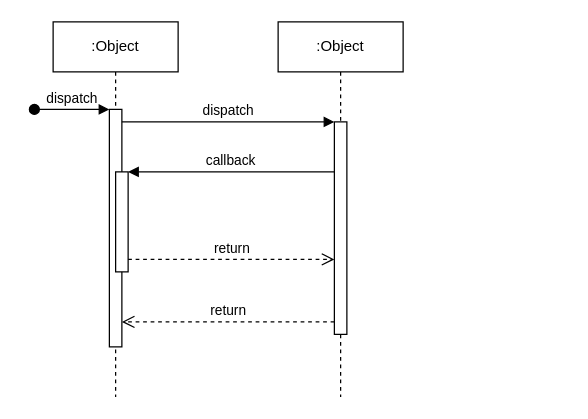
The draw.io diagram Biểu đồ không có tiêu đề.drawio in embiequynh/QuanLyDoanhThuBanHang, before the edit. Source tidied: cells renumbered, new cells numbered last; positions are measured from the earlier drawing's top-left corner, leaving out a move shared by most shapes. Both pictures are drawn from the tidied source at 125%, with x=0, y=0 at pixel (34, 21).
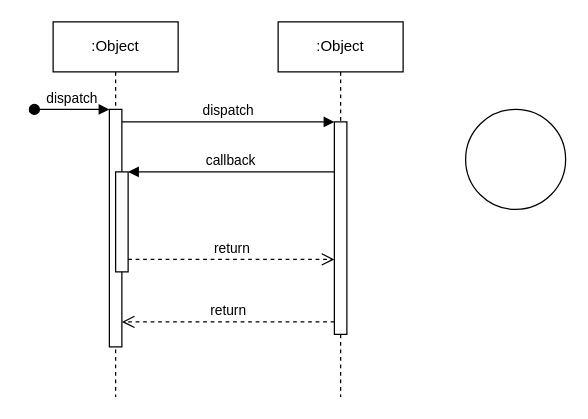
The same diagram, later.

Change to the diagram source:
```diff
@@
 <mxGraphModel>
   <root>
     <mxCell id="0" />
     <mxCell id="1" parent="0" />
     <mxCell id="2" value=":Object" style="shape=umlLifeline;perimeter=lifelinePerimeter;whiteSpace=wrap;html=1;newEdgeStyle={&quot;edgeStyle&quot;:&quot;elbowEdgeStyle&quot;,&quot;elbow&quot;:&quot;vertical&quot;,&quot;curved&quot;:0,&quot;rounded&quot;:0};" parent="1" vertex="1">
       <mxGeometry x="15" width="100" height="300" as="geometry" />
     </mxCell>
     <mxCell id="3" style="html=1;points=[];perimeter=orthogonalPerimeter;outlineConnect=0;targetShapes=umlLifeline;portConstraint=eastwest;newEdgeStyle={&quot;edgeStyle&quot;:&quot;elbowEdgeStyle&quot;,&quot;elbow&quot;:&quot;vertical&quot;,&quot;curved&quot;:0,&quot;rounded&quot;:0};" parent="2" vertex="1">
       <mxGeometry x="45" y="70" width="10" height="190" as="geometry" />
     </mxCell>
     <mxCell id="4" value="dispatch" style="html=1;verticalAlign=bottom;startArrow=oval;endArrow=block;startSize=8;edgeStyle=elbowEdgeStyle;elbow=vertical;curved=0;rounded=0;" parent="2" edge="1" target="3">
       <mxGeometry relative="1" as="geometry">
         <mxPoint x="-15" y="70" as="sourcePoint" />
       </mxGeometry>
     </mxCell>
     <mxCell id="5" style="html=1;points=[];perimeter=orthogonalPerimeter;outlineConnect=0;targetShapes=umlLifeline;portConstraint=eastwest;newEdgeStyle={&quot;edgeStyle&quot;:&quot;elbowEdgeStyle&quot;,&quot;elbow&quot;:&quot;vertical&quot;,&quot;curved&quot;:0,&quot;rounded&quot;:0};" parent="2" vertex="1">
       <mxGeometry x="50" y="120" width="10" height="80" as="geometry" />
     </mxCell>
     <mxCell id="6" value=":Object" style="shape=umlLifeline;perimeter=lifelinePerimeter;whiteSpace=wrap;html=1;newEdgeStyle={&quot;edgeStyle&quot;:&quot;elbowEdgeStyle&quot;,&quot;elbow&quot;:&quot;vertical&quot;,&quot;curved&quot;:0,&quot;rounded&quot;:0};" parent="1" vertex="1">
       <mxGeometry x="195" width="100" height="300" as="geometry" />
     </mxCell>
     <mxCell id="7" style="html=1;points=[];perimeter=orthogonalPerimeter;outlineConnect=0;targetShapes=umlLifeline;portConstraint=eastwest;newEdgeStyle={&quot;edgeStyle&quot;:&quot;elbowEdgeStyle&quot;,&quot;elbow&quot;:&quot;vertical&quot;,&quot;curved&quot;:0,&quot;rounded&quot;:0};" parent="6" vertex="1">
       <mxGeometry x="45" y="80" width="10" height="170" as="geometry" />
     </mxCell>
     <mxCell id="8" value="dispatch" style="html=1;verticalAlign=bottom;endArrow=block;edgeStyle=elbowEdgeStyle;elbow=vertical;curved=0;rounded=0;" parent="1" edge="1" source="3" target="7">
       <mxGeometry relative="1" as="geometry">
         <Array as="points">
           <mxPoint x="155" y="80" />
         </Array>
       </mxGeometry>
     </mxCell>
     <mxCell id="9" value="return" style="html=1;verticalAlign=bottom;endArrow=open;dashed=1;endSize=8;edgeStyle=elbowEdgeStyle;elbow=vertical;curved=0;rounded=0;" parent="1" edge="1" source="7" target="3">
       <mxGeometry relative="1" as="geometry">
         <Array as="points">
           <mxPoint x="165" y="240" />
         </Array>
       </mxGeometry>
     </mxCell>
     <mxCell id="10" value="callback" style="html=1;verticalAlign=bottom;endArrow=block;edgeStyle=elbowEdgeStyle;elbow=vertical;curved=0;rounded=0;" parent="1" edge="1" source="7" target="5">
       <mxGeometry relative="1" as="geometry">
         <Array as="points">
           <mxPoint x="165" y="120" />
         </Array>
       </mxGeometry>
     </mxCell>
     <mxCell id="11" value="return" style="html=1;verticalAlign=bottom;endArrow=open;dashed=1;endSize=8;edgeStyle=elbowEdgeStyle;elbow=vertical;curved=0;rounded=0;" parent="1" edge="1" source="5" target="7">
       <mxGeometry relative="1" as="geometry">
         <Array as="points">
           <mxPoint x="155" y="190" />
         </Array>
       </mxGeometry>
     </mxCell>
+    <mxCell id="12" style="ellipse;whiteSpace=wrap;html=1;" parent="1" vertex="1">
+      <mxGeometry x="345" y="70" width="80" height="80" as="geometry" />
+    </mxCell>
   </root>
 </mxGraphModel>
```
